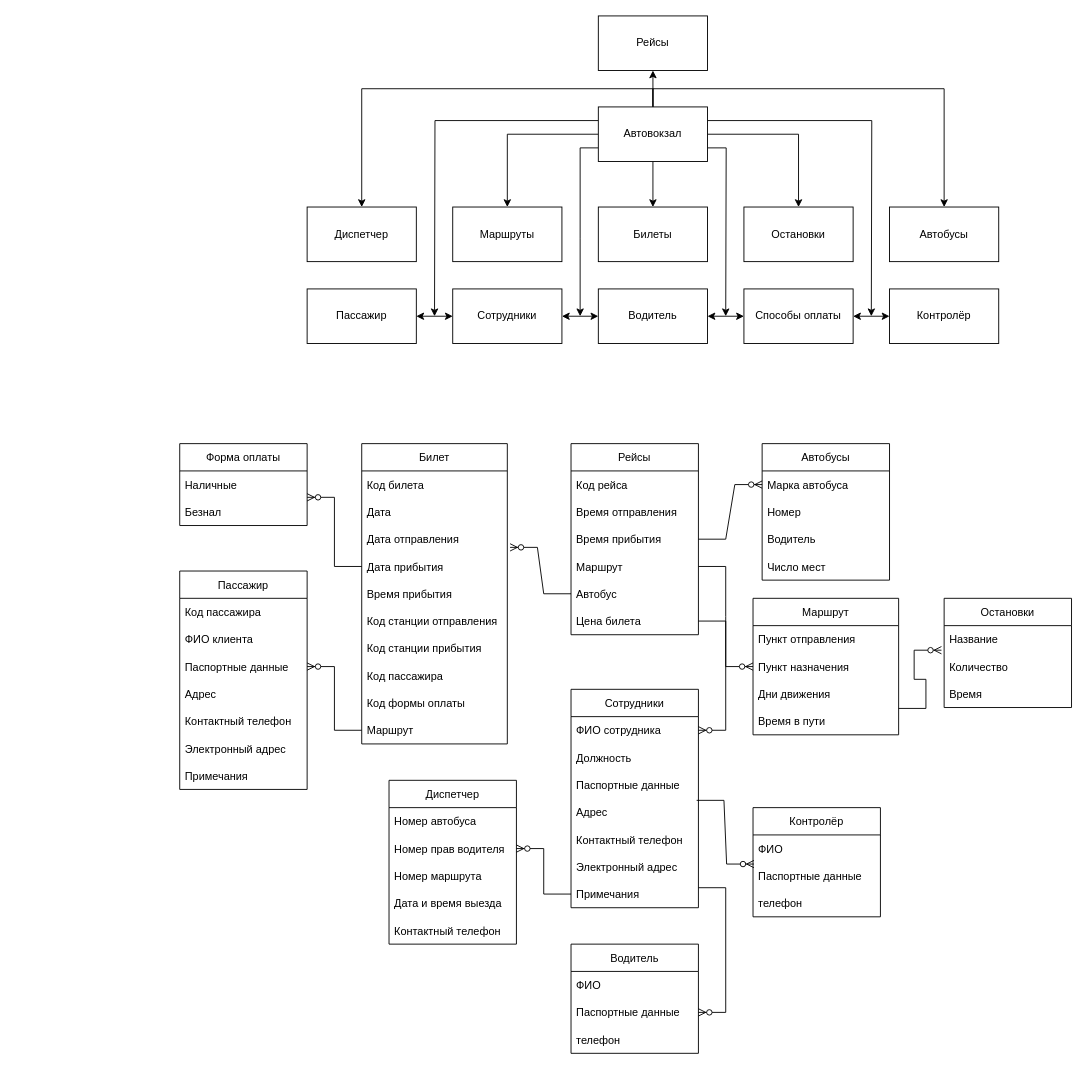
The draw.io diagram Диаграмма без названия.drawio in E1ghT0/Infinizai, before the edit. Source tidied: cells renumbered, new cells numbered last; positions are measured from the earlier drawing's top-left corner, leaving out a move shared by most shapes. Both pictures are drawn from the tidied source at 91%, with x=0, y=0 at pixel (179, 15).
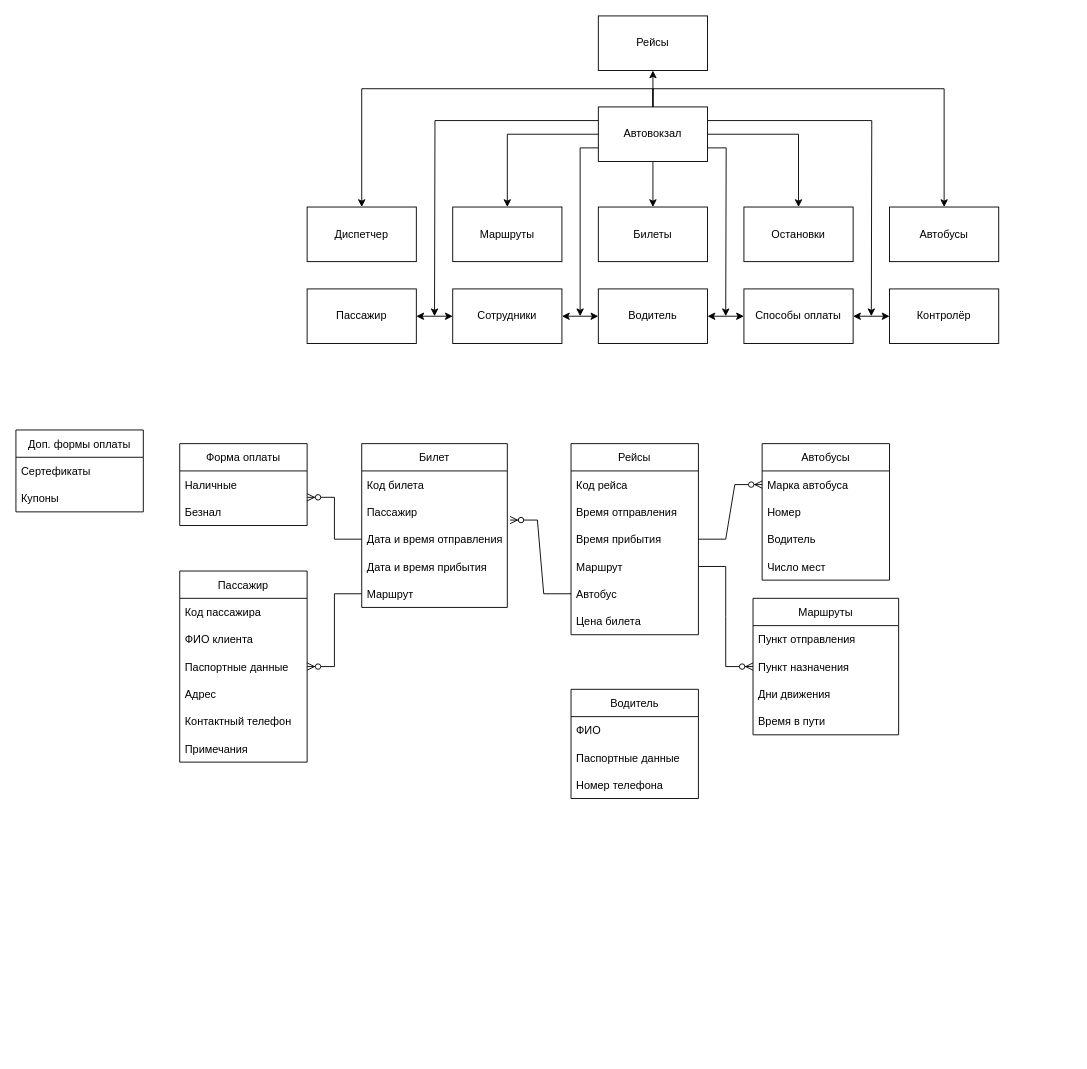
After the change.

Unchanged cells that the change refers to:
```xml
<mxCell id="29" value="Время в пути" style="text;strokeColor=none;fillColor=none;align=left;verticalAlign=middle;spacingLeft=4;spacingRight=4;overflow=hidden;points=[[0,0.5],[1,0.5]];portConstraint=eastwest;" parent="25" vertex="1">
  <mxGeometry y="120" width="160" height="30" as="geometry" />
</mxCell>
<mxCell id="36" value="Цена билета" style="text;strokeColor=none;fillColor=none;align=left;verticalAlign=middle;spacingLeft=4;spacingRight=4;overflow=hidden;points=[[0,0.5],[1,0.5]];portConstraint=eastwest;" parent="30" vertex="1">
  <mxGeometry y="180" width="140" height="30" as="geometry" />
</mxCell>
<mxCell id="91" value="Паспортные данные" style="text;strokeColor=none;fillColor=none;align=left;verticalAlign=middle;spacingLeft=4;spacingRight=4;overflow=hidden;points=[[0,0.5],[1,0.5]];portConstraint=eastwest;" parent="89" vertex="1">
  <mxGeometry y="60" width="140" height="30" as="geometry" />
</mxCell>
```

Diff of the diagram source:
```diff
@@
-    <mxCell id="25" value="Маршрут" style="swimlane;fontStyle=0;horizontal=1;startSize=30;" parent="1" vertex="1">
+    <mxCell id="25" value="Маршруты" style="swimlane;fontStyle=0;horizontal=1;startSize=30;" parent="1" vertex="1">
       <mxGeometry x="630" y="640" width="160" height="150" as="geometry" />
     </mxCell>
@@
-    <mxCell id="42" value="Остановки" style="swimlane;fontStyle=0;horizontal=1;startSize=30;" parent="1" vertex="1">
-      <mxGeometry x="840" y="640" width="140" height="120" as="geometry" />
-    </mxCell>
-    <mxCell id="43" value="Название" style="text;strokeColor=none;fillColor=none;align=left;verticalAlign=middle;spacingLeft=4;spacingRight=4;overflow=hidden;" parent="42" vertex="1">
-      <mxGeometry y="30" width="140" height="30" as="geometry" />
-    </mxCell>
-    <mxCell id="44" value="Количество" style="text;strokeColor=none;fillColor=none;align=left;verticalAlign=middle;spacingLeft=4;spacingRight=4;overflow=hidden;points=[[0,0.5],[1,0.5]];portConstraint=eastwest;" parent="42" vertex="1">
-      <mxGeometry y="60" width="140" height="30" as="geometry" />
-    </mxCell>
-    <mxCell id="45" value="Время" style="text;strokeColor=none;fillColor=none;align=left;verticalAlign=middle;spacingLeft=4;spacingRight=4;overflow=hidden;" parent="42" vertex="1">
-      <mxGeometry y="90" width="140" height="30" as="geometry" />
-    </mxCell>
     <mxCell id="46" value="Билет" style="swimlane;fontStyle=0;horizontal=1;startSize=30;" parent="1" vertex="1">
-      <mxGeometry x="200" y="470" width="160" height="330" as="geometry" />
+      <mxGeometry x="200" y="470" width="160" height="180" as="geometry" />
     </mxCell>
@@
-    <mxCell id="48" value="Дата" style="text;strokeColor=none;fillColor=none;align=left;verticalAlign=middle;spacingLeft=4;spacingRight=4;overflow=hidden;" parent="46" vertex="1">
-      <mxGeometry y="60" width="160" height="30" as="geometry" />
-    </mxCell>
-    <mxCell id="49" value="Дата отправления" style="text;strokeColor=none;fillColor=none;align=left;verticalAlign=middle;spacingLeft=4;spacingRight=4;overflow=hidden;points=[[0,0.5],[1,0.5]];portConstraint=eastwest;" parent="46" vertex="1">
-      <mxGeometry y="90" width="160" height="30" as="geometry" />
+    <mxCell id="49" value="Пассажир " style="text;strokeColor=none;fillColor=none;align=left;verticalAlign=middle;spacingLeft=4;spacingRight=4;overflow=hidden;points=[[0,0.5],[1,0.5]];portConstraint=eastwest;" parent="46" vertex="1">
+      <mxGeometry y="60" width="160" height="30" as="geometry" />
     </mxCell>
-    <mxCell id="50" value="Дата прибытия" style="text;strokeColor=none;fillColor=none;align=left;verticalAlign=middle;spacingLeft=4;spacingRight=4;overflow=hidden;points=[[0,0.5],[1,0.5]];portConstraint=eastwest;" parent="46" vertex="1">
-      <mxGeometry y="120" width="160" height="30" as="geometry" />
+    <mxCell id="50" value="Дата и время отправления" style="text;strokeColor=none;fillColor=none;align=left;verticalAlign=middle;spacingLeft=4;spacingRight=4;overflow=hidden;points=[[0,0.5],[1,0.5]];portConstraint=eastwest;" parent="46" vertex="1">
+      <mxGeometry y="90" width="160" height="30" as="geometry" />
     </mxCell>
-    <mxCell id="51" value="Время прибытия" style="text;strokeColor=none;fillColor=none;align=left;verticalAlign=middle;spacingLeft=4;spacingRight=4;overflow=hidden;" parent="46" vertex="1">
-      <mxGeometry y="150" width="160" height="30" as="geometry" />
+    <mxCell id="51" value="Дата и время прибытия" style="text;strokeColor=none;fillColor=none;align=left;verticalAlign=middle;spacingLeft=4;spacingRight=4;overflow=hidden;" parent="46" vertex="1">
+      <mxGeometry y="120" width="160" height="30" as="geometry" />
     </mxCell>
-    <mxCell id="52" value="Код станции отправления" style="text;strokeColor=none;fillColor=none;align=left;verticalAlign=middle;spacingLeft=4;spacingRight=4;overflow=hidden;" parent="46" vertex="1">
-      <mxGeometry y="180" width="160" height="30" as="geometry" />
-    </mxCell>
-    <mxCell id="53" value="Код станции прибытия" style="text;strokeColor=none;fillColor=none;align=left;verticalAlign=middle;spacingLeft=4;spacingRight=4;overflow=hidden;" parent="46" vertex="1">
-      <mxGeometry y="210" width="160" height="30" as="geometry" />
-    </mxCell>
-    <mxCell id="54" value="Код пассажира" style="text;strokeColor=none;fillColor=none;align=left;verticalAlign=middle;spacingLeft=4;spacingRight=4;overflow=hidden;" parent="46" vertex="1">
-      <mxGeometry y="240" width="160" height="30" as="geometry" />
-    </mxCell>
-    <mxCell id="55" value="Код формы оплаты" style="text;strokeColor=none;fillColor=none;align=left;verticalAlign=middle;spacingLeft=4;spacingRight=4;overflow=hidden;" parent="46" vertex="1">
-      <mxGeometry y="270" width="160" height="30" as="geometry" />
-    </mxCell>
     <mxCell id="56" value="Маршрут" style="text;strokeColor=none;fillColor=none;align=left;verticalAlign=middle;spacingLeft=4;spacingRight=4;overflow=hidden;points=[[0,0.5],[1,0.5]];portConstraint=eastwest;" parent="46" vertex="1">
-      <mxGeometry y="300" width="160" height="30" as="geometry" />
+      <mxGeometry y="150" width="160" height="30" as="geometry" />
     </mxCell>
     <mxCell id="57" value="Пассажир" style="swimlane;fontStyle=0;horizontal=1;startSize=30;" parent="1" vertex="1">
-      <mxGeometry y="610" width="140" height="240" as="geometry" />
+      <mxGeometry y="610" width="140" height="210" as="geometry" />
     </mxCell>
@@
-    <mxCell id="63" value="Электронный адрес" style="text;strokeColor=none;fillColor=none;align=left;verticalAlign=middle;spacingLeft=4;spacingRight=4;overflow=hidden;" parent="57" vertex="1">
-      <mxGeometry y="180" width="140" height="30" as="geometry" />
-    </mxCell>
     <mxCell id="64" value="Примечания" style="text;strokeColor=none;fillColor=none;align=left;verticalAlign=middle;spacingLeft=4;spacingRight=4;overflow=hidden;" parent="57" vertex="1">
-      <mxGeometry y="210" width="140" height="30" as="geometry" />
+      <mxGeometry y="180" width="140" height="30" as="geometry" />
     </mxCell>
-    <mxCell id="65" value="Сотрудники" style="swimlane;fontStyle=0;horizontal=1;startSize=30;" parent="1" vertex="1">
-      <mxGeometry x="430" y="740" width="140" height="240" as="geometry" />
-    </mxCell>
-    <mxCell id="66" value="ФИО сотрудника" style="text;strokeColor=none;fillColor=none;align=left;verticalAlign=middle;spacingLeft=4;spacingRight=4;overflow=hidden;points=[[0,0.5],[1,0.5]];portConstraint=eastwest;" parent="65" vertex="1">
-      <mxGeometry y="30" width="140" height="30" as="geometry" />
-    </mxCell>
-    <mxCell id="67" value="Должность" style="text;strokeColor=none;fillColor=none;align=left;verticalAlign=middle;spacingLeft=4;spacingRight=4;overflow=hidden;" parent="65" vertex="1">
-      <mxGeometry y="60" width="140" height="30" as="geometry" />
-    </mxCell>
-    <mxCell id="68" value="Паспортные данные" style="text;strokeColor=none;fillColor=none;align=left;verticalAlign=middle;spacingLeft=4;spacingRight=4;overflow=hidden;" parent="65" vertex="1">
-      <mxGeometry y="90" width="140" height="30" as="geometry" />
-    </mxCell>
-    <mxCell id="69" value="Адрес" style="text;strokeColor=none;fillColor=none;align=left;verticalAlign=middle;spacingLeft=4;spacingRight=4;overflow=hidden;points=[[0,0.5],[1,0.5]];portConstraint=eastwest;" parent="65" vertex="1">
-      <mxGeometry y="120" width="140" height="30" as="geometry" />
-    </mxCell>
-    <mxCell id="70" value="Контактный телефон" style="text;strokeColor=none;fillColor=none;align=left;verticalAlign=middle;spacingLeft=4;spacingRight=4;overflow=hidden;" parent="65" vertex="1">
-      <mxGeometry y="150" width="140" height="30" as="geometry" />
-    </mxCell>
-    <mxCell id="71" value="Электронный адрес" style="text;strokeColor=none;fillColor=none;align=left;verticalAlign=middle;spacingLeft=4;spacingRight=4;overflow=hidden;" parent="65" vertex="1">
-      <mxGeometry y="180" width="140" height="30" as="geometry" />
-    </mxCell>
-    <mxCell id="72" value="Примечания" style="text;strokeColor=none;fillColor=none;align=left;verticalAlign=middle;spacingLeft=4;spacingRight=4;overflow=hidden;points=[[0,0.5],[1,0.5]];portConstraint=eastwest;" parent="65" vertex="1">
-      <mxGeometry y="210" width="140" height="30" as="geometry" />
-    </mxCell>
@@
-    <mxCell id="76" value="Диспетчер" style="swimlane;fontStyle=0;horizontal=1;startSize=30;" parent="1" vertex="1">
-      <mxGeometry x="230" y="840" width="140" height="180" as="geometry" />
-    </mxCell>
-    <mxCell id="77" value="Номер автобуса" style="text;strokeColor=none;fillColor=none;align=left;verticalAlign=middle;spacingLeft=4;spacingRight=4;overflow=hidden;" parent="76" vertex="1">
-      <mxGeometry y="30" width="140" height="30" as="geometry" />
-    </mxCell>
-    <mxCell id="78" value="Номер прав водителя" style="text;strokeColor=none;fillColor=none;align=left;verticalAlign=middle;spacingLeft=4;spacingRight=4;overflow=hidden;points=[[0,0.5],[1,0.5]];portConstraint=eastwest;" parent="76" vertex="1">
-      <mxGeometry y="60" width="140" height="30" as="geometry" />
-    </mxCell>
-    <mxCell id="79" value="Номер маршрута" style="text;strokeColor=none;fillColor=none;align=left;verticalAlign=middle;spacingLeft=4;spacingRight=4;overflow=hidden;" parent="76" vertex="1">
-      <mxGeometry y="90" width="140" height="30" as="geometry" />
-    </mxCell>
-    <mxCell id="80" value="Дата и время выезда" style="text;strokeColor=none;fillColor=none;align=left;verticalAlign=middle;spacingLeft=4;spacingRight=4;overflow=hidden;" parent="76" vertex="1">
-      <mxGeometry y="120" width="140" height="30" as="geometry" />
-    </mxCell>
-    <mxCell id="81" value="Контактный телефон" style="text;strokeColor=none;fillColor=none;align=left;verticalAlign=middle;spacingLeft=4;spacingRight=4;overflow=hidden;" parent="76" vertex="1">
-      <mxGeometry y="150" width="140" height="30" as="geometry" />
-    </mxCell>
-    <mxCell id="82" value="Контролёр" style="swimlane;fontStyle=0;horizontal=1;startSize=30;" parent="1" vertex="1">
-      <mxGeometry x="630" y="870" width="140" height="120" as="geometry" />
-    </mxCell>
-    <mxCell id="83" value="ФИО" style="text;strokeColor=none;fillColor=none;align=left;verticalAlign=middle;spacingLeft=4;spacingRight=4;overflow=hidden;" parent="82" vertex="1">
-      <mxGeometry y="30" width="140" height="30" as="geometry" />
-    </mxCell>
-    <mxCell id="84" value="Паспортные данные" style="text;strokeColor=none;fillColor=none;align=left;verticalAlign=middle;spacingLeft=4;spacingRight=4;overflow=hidden;points=[[0,0.5],[1,0.5]];portConstraint=eastwest;" parent="82" vertex="1">
-      <mxGeometry y="60" width="140" height="30" as="geometry" />
-    </mxCell>
-    <mxCell id="85" value="телефон" style="text;strokeColor=none;fillColor=none;align=left;verticalAlign=middle;spacingLeft=4;spacingRight=4;overflow=hidden;" parent="82" vertex="1">
-      <mxGeometry y="90" width="140" height="30" as="geometry" />
-    </mxCell>
@@
     <mxCell id="89" value="Водитель" style="swimlane;fontStyle=0;horizontal=1;startSize=30;" parent="1" vertex="1">
-      <mxGeometry x="430" y="1020" width="140" height="120" as="geometry" />
+      <mxGeometry x="430" y="740" width="140" height="120" as="geometry" />
     </mxCell>
@@
-    <mxCell id="92" value="телефон" style="text;strokeColor=none;fillColor=none;align=left;verticalAlign=middle;spacingLeft=4;spacingRight=4;overflow=hidden;" parent="89" vertex="1">
-      <mxGeometry y="90" width="140" height="30" as="geometry" />
-    </mxCell>
+    <mxCell id="103" value="Номер телефона" style="text;strokeColor=none;fillColor=none;align=left;verticalAlign=middle;spacingLeft=4;spacingRight=4;overflow=hidden;" parent="89" vertex="1">
+      <mxGeometry y="90" width="140" height="30" as="geometry" />
+    </mxCell>
@@
-    <mxCell id="96" style="edgeStyle=entityRelationEdgeStyle;fontSize=12;html=1;endArrow=ERzeroToMany;endFill=1;rounded=0;exitX=0;exitY=0.5;exitDx=0;exitDy=0;entryX=1;entryY=0.5;entryDx=0;entryDy=0;" parent="1" edge="1" source="72" target="78">
-      <mxGeometry relative="1" as="geometry" />
-    </mxCell>
-    <mxCell id="97" style="edgeStyle=entityRelationEdgeStyle;fontSize=12;html=1;endArrow=ERzeroToMany;endFill=1;rounded=0;exitX=0.986;exitY=0.067;exitDx=0;exitDy=0;exitPerimeter=0;entryX=0.007;entryY=0.067;entryDx=0;entryDy=0;entryPerimeter=0;" parent="1" edge="1" source="69" target="84">
-      <mxGeometry relative="1" as="geometry" />
-    </mxCell>
@@
-    <mxCell id="99" style="edgeStyle=entityRelationEdgeStyle;fontSize=12;html=1;endArrow=ERzeroToMany;endFill=1;rounded=0;entryX=-0.021;entryY=-0.1;entryDx=0;entryDy=0;entryPerimeter=0;exitX=1;exitY=0.033;exitDx=0;exitDy=0;exitPerimeter=0;" parent="1" edge="1" source="29" target="44">
-      <mxGeometry relative="1" as="geometry" />
-    </mxCell>
@@
-    <mxCell id="101" style="edgeStyle=entityRelationEdgeStyle;fontSize=12;html=1;endArrow=ERzeroToMany;endFill=1;rounded=0;exitX=1;exitY=0.5;exitDx=0;exitDy=0;entryX=1;entryY=0.5;entryDx=0;entryDy=0;" parent="1" edge="1" source="36" target="66">
-      <mxGeometry relative="1" as="geometry" />
-    </mxCell>
-    <mxCell id="102" style="edgeStyle=entityRelationEdgeStyle;fontSize=12;html=1;endArrow=ERzeroToMany;endFill=1;rounded=0;exitX=1;exitY=0.267;exitDx=0;exitDy=0;exitPerimeter=0;entryX=1;entryY=0.5;entryDx=0;entryDy=0;" parent="1" edge="1" source="72" target="91">
-      <mxGeometry relative="1" as="geometry" />
-    </mxCell>
+    <mxCell id="104" value="Доп. формы оплаты" style="swimlane;fontStyle=0;horizontal=1;startSize=30;" parent="1" vertex="1">
+      <mxGeometry x="-180" y="455" width="140" height="90" as="geometry" />
+    </mxCell>
+    <mxCell id="105" value="Сертефикаты" style="text;strokeColor=none;fillColor=none;align=left;verticalAlign=middle;spacingLeft=4;spacingRight=4;overflow=hidden;" parent="104" vertex="1">
+      <mxGeometry y="30" width="140" height="30" as="geometry" />
+    </mxCell>
+    <mxCell id="106" value="Купоны" style="text;strokeColor=none;fillColor=none;align=left;verticalAlign=middle;spacingLeft=4;spacingRight=4;overflow=hidden;" parent="104" vertex="1">
+      <mxGeometry y="60" width="140" height="30" as="geometry" />
+    </mxCell>
```
